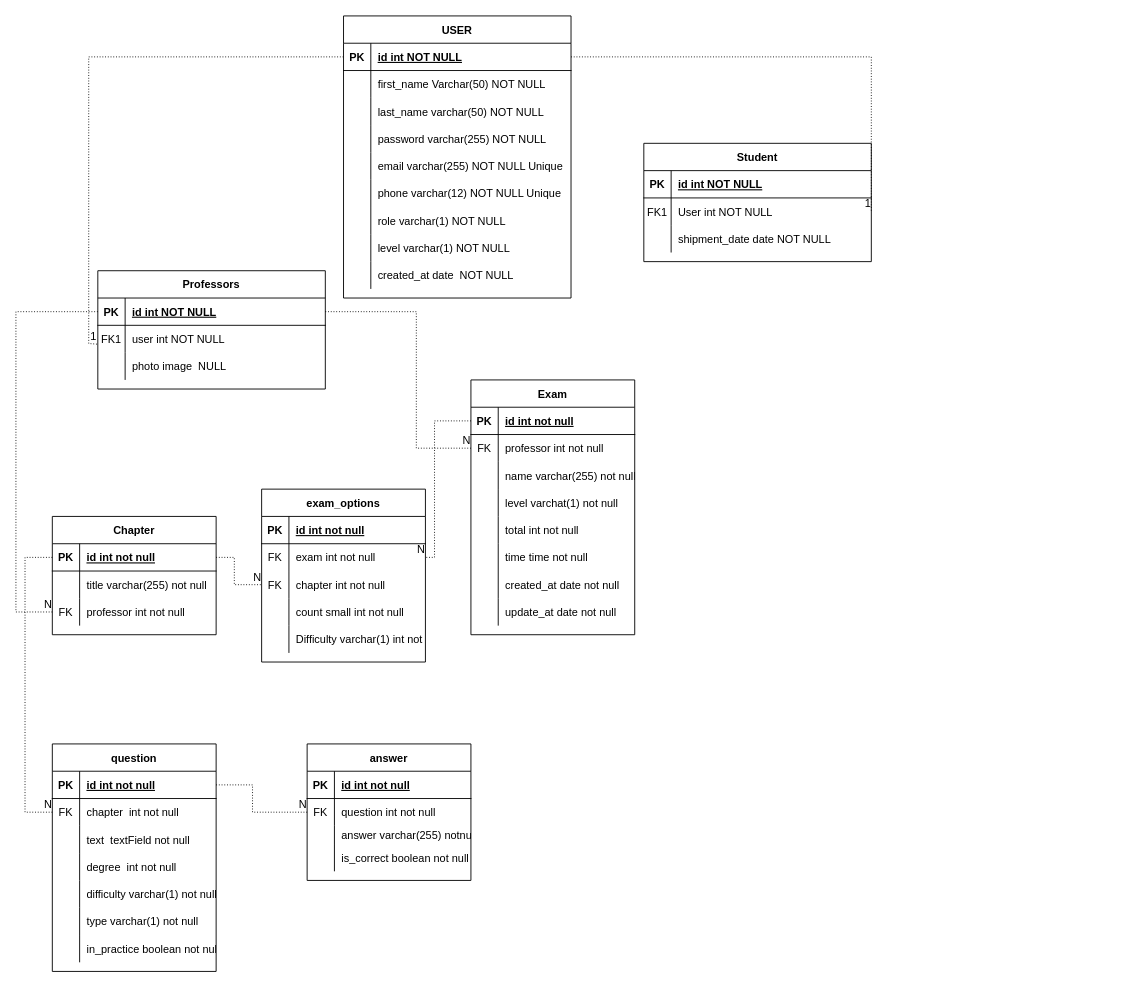
MOHAMEDHESMAM8/E-EXAM keeps this draw.io diagram as Documents/Untitled Diagram.drawio. Above is the earlier version. Source tidied: cells renumbered, new cells numbered last; positions are measured from the earlier drawing's top-left corner, leaving out a move shared by most shapes. Both pictures are drawn from the tidied source at 91%, with x=0, y=0 at pixel (15, 15).
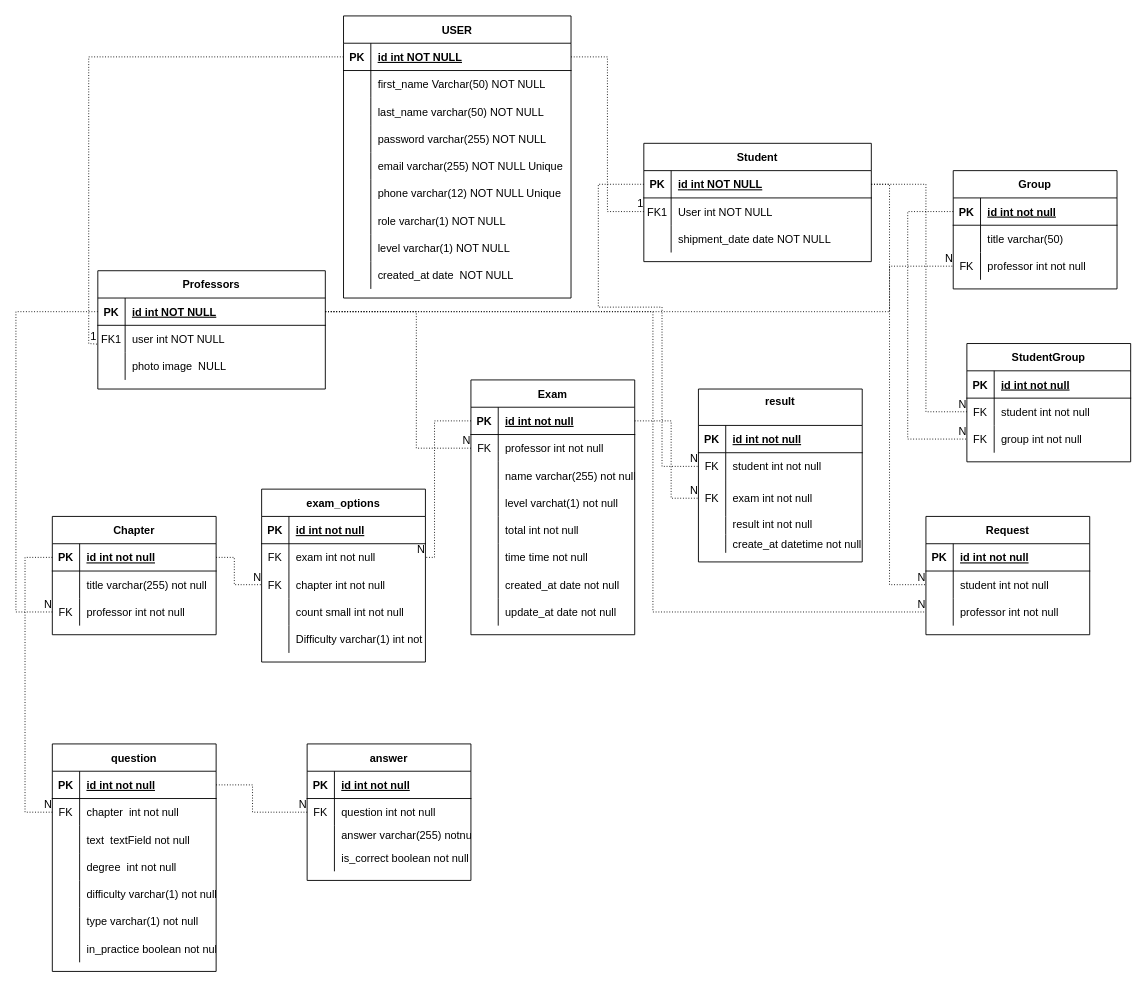
The same diagram, later.

Commit message:
student erd

Unchanged cells that the change refers to:
```xml
<mxCell id="3" style="shape=partialRectangle;fillColor=none;points=[[0,0.5],[1,0.5]];portConstraint=eastwest;top=0;left=0;right=0;bottom=1;" parent="2" vertex="1">
  <mxGeometry y="30" width="250" height="30" as="geometry" />
</mxCell>
<mxCell id="13" style="shape=partialRectangle;fillColor=none;points=[[0,0.5],[1,0.5]];portConstraint=eastwest;top=0;left=0;right=0;bottom=1;" parent="12" vertex="1">
  <mxGeometry y="30" width="250" height="30" as="geometry" />
</mxCell>
<mxCell id="16" style="shape=partialRectangle;fillColor=none;points=[[0,0.5],[1,0.5]];portConstraint=eastwest;top=0;left=0;right=0;bottom=0;" parent="12" vertex="1">
  <mxGeometry y="60" width="250" height="30" as="geometry" />
</mxCell>
<mxCell id="23" style="shape=partialRectangle;fillColor=none;points=[[0,0.5],[1,0.5]];portConstraint=eastwest;top=0;left=0;right=0;bottom=1;" parent="22" vertex="1">
  <mxGeometry y="30" width="250" height="30" as="geometry" />
</mxCell>
<mxCell id="55" style="shape=tableRow;horizontal=0;startSize=0;swimlaneHead=0;swimlaneBody=0;fillColor=none;points=[[0,0.5],[1,0.5]];portConstraint=eastwest;top=0;left=0;right=0;bottom=1;fontFamily=Helvetica;fontSize=12;fontColor=default;strokeColor=default;" parent="54" vertex="1">
  <mxGeometry y="30" width="180" height="30" as="geometry" />
</mxCell>
```

Diff of the diagram source:
```diff
@@
-    <mxCell id="52" style="endArrow=none;html=1;rounded=0;dashed=1;dashPattern=1 2;fontFamily=Helvetica;fontSize=12;fontColor=default;exitX=1;exitY=0.5;exitDx=0;exitDy=0;entryX=1;entryY=0.5;entryDx=0;entryDy=0;" parent="1" edge="1" source="23" target="16">
+    <mxCell id="52" style="endArrow=none;html=1;rounded=0;dashed=1;dashPattern=1 2;fontFamily=Helvetica;fontSize=12;fontColor=default;exitX=1;exitY=0.5;exitDx=0;exitDy=0;entryX=0;entryY=0.5;entryDx=0;entryDy=0;" parent="1" edge="1" source="23" target="16">
       <mxGeometry relative="1" as="geometry">
         <Array as="points">
-          <mxPoint x="770" y="45" />
-          <mxPoint x="940" y="45" />
+          <mxPoint x="650" y="45" />
+          <mxPoint x="650" y="215" />
         </Array>
       </mxGeometry>
     </mxCell>
@@
+    <mxCell id="152" value="result&#10;" style="shape=table;startSize=40;childLayout=tableLayout;rowLines=0;fontStyle=1;align=center;" parent="1" vertex="1">
+      <mxGeometry x="750" y="410" width="180" height="190" as="geometry" />
+    </mxCell>
+    <mxCell id="153" style="shape=tableRow;horizontal=0;startSize=0;swimlaneHead=0;swimlaneBody=0;fillColor=none;top=0;left=0;right=0;bottom=1;" parent="152" vertex="1">
+      <mxGeometry y="40" width="180" height="30" as="geometry" />
+    </mxCell>
+    <mxCell id="154" value="PK" style="shape=partialRectangle;fillColor=none;top=0;left=0;bottom=0;right=0;fontStyle=1;overflow=hidden;" parent="153" vertex="1">
+      <mxGeometry width="30" height="30" as="geometry" />
+    </mxCell>
+    <mxCell id="155" value="id int not null" style="shape=partialRectangle;fillColor=none;top=0;left=0;bottom=0;right=0;align=left;spacingLeft=6;fontStyle=5;overflow=hidden;" parent="153" vertex="1">
+      <mxGeometry x="30" width="150" height="30" as="geometry" />
+    </mxCell>
+    <mxCell id="156" style="shape=tableRow;horizontal=0;startSize=0;swimlaneHead=0;swimlaneBody=0;fillColor=none;points=[[0,0.5],[1,0.5]];portConstraint=eastwest;top=0;left=0;right=0;bottom=0;" parent="152" vertex="1">
+      <mxGeometry y="70" width="180" height="30" as="geometry" />
+    </mxCell>
+    <mxCell id="157" value="FK" style="shape=partialRectangle;fillColor=none;top=0;left=0;bottom=0;right=0;overflow=hidden;" parent="156" vertex="1">
+      <mxGeometry width="30" height="30" as="geometry" />
+    </mxCell>
+    <mxCell id="158" value="student int not null" style="shape=partialRectangle;fillColor=none;top=0;left=0;bottom=0;right=0;align=left;spacingLeft=6;overflow=hidden;" parent="156" vertex="1">
+      <mxGeometry x="30" width="150" height="30" as="geometry" />
+    </mxCell>
+    <mxCell id="159" style="shape=tableRow;horizontal=0;startSize=0;swimlaneHead=0;swimlaneBody=0;fillColor=none;points=[[0,0.5],[1,0.5]];portConstraint=eastwest;top=0;left=0;right=0;bottom=0;" parent="152" vertex="1">
+      <mxGeometry y="100" width="180" height="40" as="geometry" />
+    </mxCell>
+    <mxCell id="160" value="FK" style="shape=partialRectangle;fillColor=none;top=0;left=0;bottom=0;right=0;overflow=hidden;" parent="159" vertex="1">
+      <mxGeometry width="30" height="40" as="geometry" />
+    </mxCell>
+    <mxCell id="161" value="exam int not null" style="shape=partialRectangle;fillColor=none;top=0;left=0;bottom=0;right=0;align=left;spacingLeft=6;overflow=hidden;" parent="159" vertex="1">
+      <mxGeometry x="30" width="150" height="40" as="geometry" />
+    </mxCell>
+    <mxCell id="162" style="shape=tableRow;horizontal=0;startSize=0;swimlaneHead=0;swimlaneBody=0;fillColor=none;top=0;left=0;right=0;bottom=0;" parent="152" vertex="1">
+      <mxGeometry y="140" width="180" height="20" as="geometry" />
+    </mxCell>
+    <mxCell id="163" style="shape=partialRectangle;fillColor=none;top=0;left=0;bottom=0;right=0;overflow=hidden;" parent="162" vertex="1">
+      <mxGeometry width="30" height="20" as="geometry" />
+    </mxCell>
+    <mxCell id="164" value="result int not null&#10;" style="shape=partialRectangle;fillColor=none;top=0;left=0;bottom=0;right=0;align=left;spacingLeft=6;overflow=hidden;" parent="162" vertex="1">
+      <mxGeometry x="30" width="150" height="20" as="geometry" />
+    </mxCell>
+    <mxCell id="165" style="shape=tableRow;horizontal=0;startSize=0;swimlaneHead=0;swimlaneBody=0;fillColor=none;top=0;left=0;right=0;bottom=0;" parent="152" vertex="1">
+      <mxGeometry y="160" width="180" height="20" as="geometry" />
+    </mxCell>
+    <mxCell id="166" style="shape=partialRectangle;fillColor=none;top=0;left=0;bottom=0;right=0;overflow=hidden;" parent="165" vertex="1">
+      <mxGeometry width="30" height="20" as="geometry" />
+    </mxCell>
+    <mxCell id="167" value="create_at datetime not null" style="shape=partialRectangle;fillColor=none;top=0;left=0;bottom=0;right=0;align=left;spacingLeft=6;overflow=hidden;" parent="165" vertex="1">
+      <mxGeometry x="30" width="150" height="20" as="geometry" />
+    </mxCell>
+    <mxCell id="168" style="endArrow=none;html=1;rounded=0;dashed=1;dashPattern=1 2;entryX=0;entryY=0.5;entryDx=0;entryDy=0;exitX=1;exitY=0.5;exitDx=0;exitDy=0;" parent="1" edge="1" source="55" target="159">
+      <mxGeometry relative="1" as="geometry">
+        <Array as="points">
+          <mxPoint x="720" y="445" />
+          <mxPoint x="720" y="530" />
+        </Array>
+      </mxGeometry>
+    </mxCell>
+    <mxCell id="169" value="N" style="html=1;align=right;verticalAlign=bottom;" parent="168" vertex="1">
+      <mxGeometry x="1" relative="1" as="geometry" />
+    </mxCell>
+    <mxCell id="170" style="endArrow=none;html=1;rounded=0;dashed=1;dashPattern=1 2;entryX=0;entryY=0.5;entryDx=0;entryDy=0;exitX=0;exitY=0.5;exitDx=0;exitDy=0;" parent="1" edge="1" source="13" target="156">
+      <mxGeometry relative="1" as="geometry">
+        <Array as="points">
+          <mxPoint x="640" y="185" />
+          <mxPoint x="640" y="320" />
+          <mxPoint x="710" y="320" />
+          <mxPoint x="710" y="495" />
+        </Array>
+      </mxGeometry>
+    </mxCell>
+    <mxCell id="171" value="N" style="html=1;align=right;verticalAlign=bottom;" parent="170" vertex="1">
+      <mxGeometry x="1" relative="1" as="geometry" />
+    </mxCell>
+    <mxCell id="172" value="Group" style="shape=table;startSize=30;childLayout=tableLayout;rowLines=0;fontStyle=1;align=center;" parent="1" vertex="1">
+      <mxGeometry x="1030" y="170" width="180" height="130" as="geometry" />
+    </mxCell>
+    <mxCell id="173" style="shape=tableRow;horizontal=0;startSize=0;swimlaneHead=0;swimlaneBody=0;fillColor=none;points=[[0,0.5],[1,0.5]];portConstraint=eastwest;top=0;left=0;right=0;bottom=1;" parent="172" vertex="1">
+      <mxGeometry y="30" width="180" height="30" as="geometry" />
+    </mxCell>
+    <mxCell id="174" value="PK" style="shape=partialRectangle;fillColor=none;top=0;left=0;bottom=0;right=0;fontStyle=1;overflow=hidden;" parent="173" vertex="1">
+      <mxGeometry width="30" height="30" as="geometry" />
+    </mxCell>
+    <mxCell id="175" value="id int not null" style="shape=partialRectangle;fillColor=none;top=0;left=0;bottom=0;right=0;align=left;spacingLeft=6;fontStyle=5;overflow=hidden;" parent="173" vertex="1">
+      <mxGeometry x="30" width="150" height="30" as="geometry" />
+    </mxCell>
+    <mxCell id="176" style="shape=tableRow;horizontal=0;startSize=0;swimlaneHead=0;swimlaneBody=0;fillColor=none;top=0;left=0;right=0;bottom=0;" parent="172" vertex="1">
+      <mxGeometry y="60" width="180" height="30" as="geometry" />
+    </mxCell>
+    <mxCell id="177" style="shape=partialRectangle;fillColor=none;top=0;left=0;bottom=0;right=0;overflow=hidden;" parent="176" vertex="1">
+      <mxGeometry width="30" height="30" as="geometry" />
+    </mxCell>
+    <mxCell id="178" value="title varchar(50)" style="shape=partialRectangle;fillColor=none;top=0;left=0;bottom=0;right=0;align=left;spacingLeft=6;overflow=hidden;" parent="176" vertex="1">
+      <mxGeometry x="30" width="150" height="30" as="geometry" />
+    </mxCell>
+    <mxCell id="179" style="shape=tableRow;horizontal=0;startSize=0;swimlaneHead=0;swimlaneBody=0;fillColor=none;points=[[0,0.5],[1,0.5]];portConstraint=eastwest;top=0;left=0;right=0;bottom=0;" parent="172" vertex="1">
+      <mxGeometry y="90" width="180" height="30" as="geometry" />
+    </mxCell>
+    <mxCell id="180" value="FK" style="shape=partialRectangle;fillColor=none;top=0;left=0;bottom=0;right=0;overflow=hidden;" parent="179" vertex="1">
+      <mxGeometry width="30" height="30" as="geometry" />
+    </mxCell>
+    <mxCell id="181" value="professor int not null" style="shape=partialRectangle;fillColor=none;top=0;left=0;bottom=0;right=0;align=left;spacingLeft=6;overflow=hidden;" parent="179" vertex="1">
+      <mxGeometry x="30" width="150" height="30" as="geometry" />
+    </mxCell>
+    <mxCell id="182" value="StudentGroup" style="shape=table;startSize=30;childLayout=tableLayout;rowLines=0;fontStyle=1;align=center;" parent="1" vertex="1">
+      <mxGeometry x="1045" y="360" width="180" height="130" as="geometry" />
+    </mxCell>
+    <mxCell id="183" style="shape=tableRow;horizontal=0;startSize=0;swimlaneHead=0;swimlaneBody=0;fillColor=none;top=0;left=0;right=0;bottom=1;" parent="182" vertex="1">
+      <mxGeometry y="30" width="180" height="30" as="geometry" />
+    </mxCell>
+    <mxCell id="184" value="PK" style="shape=partialRectangle;fillColor=none;top=0;left=0;bottom=0;right=0;fontStyle=1;overflow=hidden;" parent="183" vertex="1">
+      <mxGeometry width="30" height="30" as="geometry" />
+    </mxCell>
+    <mxCell id="185" value="id int not null" style="shape=partialRectangle;fillColor=none;top=0;left=0;bottom=0;right=0;align=left;spacingLeft=6;fontStyle=5;overflow=hidden;" parent="183" vertex="1">
+      <mxGeometry x="30" width="150" height="30" as="geometry" />
+    </mxCell>
+    <mxCell id="186" style="shape=tableRow;horizontal=0;startSize=0;swimlaneHead=0;swimlaneBody=0;fillColor=none;points=[[0,0.5],[1,0.5]];portConstraint=eastwest;top=0;left=0;right=0;bottom=0;" parent="182" vertex="1">
+      <mxGeometry y="60" width="180" height="30" as="geometry" />
+    </mxCell>
+    <mxCell id="187" value="FK" style="shape=partialRectangle;fillColor=none;top=0;left=0;bottom=0;right=0;overflow=hidden;" parent="186" vertex="1">
+      <mxGeometry width="30" height="30" as="geometry" />
+    </mxCell>
+    <mxCell id="188" value="student int not null" style="shape=partialRectangle;fillColor=none;top=0;left=0;bottom=0;right=0;align=left;spacingLeft=6;overflow=hidden;" parent="186" vertex="1">
+      <mxGeometry x="30" width="150" height="30" as="geometry" />
+    </mxCell>
+    <mxCell id="189" style="shape=tableRow;horizontal=0;startSize=0;swimlaneHead=0;swimlaneBody=0;fillColor=none;points=[[0,0.5],[1,0.5]];portConstraint=eastwest;top=0;left=0;right=0;bottom=0;" parent="182" vertex="1">
+      <mxGeometry y="90" width="180" height="30" as="geometry" />
+    </mxCell>
+    <mxCell id="190" value="FK" style="shape=partialRectangle;fillColor=none;top=0;left=0;bottom=0;right=0;overflow=hidden;" parent="189" vertex="1">
+      <mxGeometry width="30" height="30" as="geometry" />
+    </mxCell>
+    <mxCell id="191" value="group int not null" style="shape=partialRectangle;fillColor=none;top=0;left=0;bottom=0;right=0;align=left;spacingLeft=6;overflow=hidden;" parent="189" vertex="1">
+      <mxGeometry x="30" width="150" height="30" as="geometry" />
+    </mxCell>
+    <mxCell id="192" style="endArrow=none;html=1;rounded=0;dashed=1;dashPattern=1 2;exitX=0;exitY=0.5;exitDx=0;exitDy=0;entryX=0;entryY=0.5;entryDx=0;entryDy=0;" parent="1" edge="1" source="173" target="189">
+      <mxGeometry relative="1" as="geometry">
+        <Array as="points">
+          <mxPoint x="980" y="215" />
+          <mxPoint x="980" y="465" />
+        </Array>
+      </mxGeometry>
+    </mxCell>
+    <mxCell id="193" value="N" style="html=1;align=right;verticalAlign=bottom;" parent="192" vertex="1">
+      <mxGeometry x="1" relative="1" as="geometry" />
+    </mxCell>
+    <mxCell id="194" style="endArrow=none;html=1;rounded=0;dashed=1;dashPattern=1 2;entryX=0;entryY=0.5;entryDx=0;entryDy=0;exitX=1;exitY=0.5;exitDx=0;exitDy=0;" parent="1" edge="1" source="13" target="186">
+      <mxGeometry relative="1" as="geometry">
+        <Array as="points">
+          <mxPoint x="1000" y="185" />
+          <mxPoint x="1000" y="435" />
+        </Array>
+      </mxGeometry>
+    </mxCell>
+    <mxCell id="195" value="N" style="html=1;align=right;verticalAlign=bottom;" parent="194" vertex="1">
+      <mxGeometry x="1" relative="1" as="geometry" />
+    </mxCell>
+    <mxCell id="196" style="endArrow=none;html=1;rounded=0;dashed=1;dashPattern=1 2;entryX=0;entryY=0.5;entryDx=0;entryDy=0;exitX=1;exitY=0.5;exitDx=0;exitDy=0;" parent="1" edge="1" source="3" target="179">
+      <mxGeometry relative="1" as="geometry">
+        <Array as="points">
+          <mxPoint x="960" y="325" />
+          <mxPoint x="960" y="275" />
+        </Array>
+      </mxGeometry>
+    </mxCell>
+    <mxCell id="197" value="N" style="html=1;align=right;verticalAlign=bottom;" parent="196" vertex="1">
+      <mxGeometry x="1" relative="1" as="geometry" />
+    </mxCell>
+    <mxCell id="198" value="Request" style="shape=table;startSize=30;childLayout=tableLayout;rowLines=0;fontStyle=1;align=center;" parent="1" vertex="1">
+      <mxGeometry x="1000" y="550" width="180" height="130" as="geometry" />
+    </mxCell>
+    <mxCell id="199" style="shape=tableRow;horizontal=0;startSize=0;swimlaneHead=0;swimlaneBody=0;fillColor=none;top=0;left=0;right=0;bottom=1;" parent="198" vertex="1">
+      <mxGeometry y="30" width="180" height="30" as="geometry" />
+    </mxCell>
+    <mxCell id="200" value="PK" style="shape=partialRectangle;fillColor=none;top=0;left=0;bottom=0;right=0;fontStyle=1;overflow=hidden;" parent="199" vertex="1">
+      <mxGeometry width="30" height="30" as="geometry" />
+    </mxCell>
+    <mxCell id="201" value="id int not null" style="shape=partialRectangle;fillColor=none;top=0;left=0;bottom=0;right=0;align=left;spacingLeft=6;fontStyle=5;overflow=hidden;" parent="199" vertex="1">
+      <mxGeometry x="30" width="150" height="30" as="geometry" />
+    </mxCell>
+    <mxCell id="202" style="shape=tableRow;horizontal=0;startSize=0;swimlaneHead=0;swimlaneBody=0;fillColor=none;points=[[0,0.5],[1,0.5]];portConstraint=eastwest;top=0;left=0;right=0;bottom=0;" parent="198" vertex="1">
+      <mxGeometry y="60" width="180" height="30" as="geometry" />
+    </mxCell>
+    <mxCell id="203" style="shape=partialRectangle;fillColor=none;top=0;left=0;bottom=0;right=0;overflow=hidden;" parent="202" vertex="1">
+      <mxGeometry width="30" height="30" as="geometry" />
+    </mxCell>
+    <mxCell id="204" value="student int not null" style="shape=partialRectangle;fillColor=none;top=0;left=0;bottom=0;right=0;align=left;spacingLeft=6;overflow=hidden;" parent="202" vertex="1">
+      <mxGeometry x="30" width="150" height="30" as="geometry" />
+    </mxCell>
+    <mxCell id="205" style="shape=tableRow;horizontal=0;startSize=0;swimlaneHead=0;swimlaneBody=0;fillColor=none;points=[[0,0.5],[1,0.5]];portConstraint=eastwest;top=0;left=0;right=0;bottom=0;" parent="198" vertex="1">
+      <mxGeometry y="90" width="180" height="30" as="geometry" />
+    </mxCell>
+    <mxCell id="206" style="shape=partialRectangle;fillColor=none;top=0;left=0;bottom=0;right=0;overflow=hidden;" parent="205" vertex="1">
+      <mxGeometry width="30" height="30" as="geometry" />
+    </mxCell>
+    <mxCell id="207" value="professor int not null" style="shape=partialRectangle;fillColor=none;top=0;left=0;bottom=0;right=0;align=left;spacingLeft=6;overflow=hidden;" parent="205" vertex="1">
+      <mxGeometry x="30" width="150" height="30" as="geometry" />
+    </mxCell>
+    <mxCell id="208" style="endArrow=none;html=1;rounded=0;dashed=1;dashPattern=1 2;entryX=0;entryY=0.5;entryDx=0;entryDy=0;exitX=1;exitY=0.5;exitDx=0;exitDy=0;" parent="1" edge="1" source="13" target="202">
+      <mxGeometry relative="1" as="geometry">
+        <Array as="points">
+          <mxPoint x="960" y="185" />
+          <mxPoint x="960" y="625" />
+        </Array>
+      </mxGeometry>
+    </mxCell>
+    <mxCell id="209" value="N" style="html=1;align=right;verticalAlign=bottom;" parent="208" vertex="1">
+      <mxGeometry x="1" relative="1" as="geometry" />
+    </mxCell>
+    <mxCell id="210" style="endArrow=none;html=1;rounded=0;dashed=1;dashPattern=1 2;entryX=0;entryY=0.5;entryDx=0;entryDy=0;exitX=1;exitY=0.5;exitDx=0;exitDy=0;" parent="1" edge="1" source="3" target="205">
+      <mxGeometry relative="1" as="geometry">
+        <Array as="points">
+          <mxPoint x="700" y="325" />
+          <mxPoint x="700" y="655" />
+        </Array>
+      </mxGeometry>
+    </mxCell>
+    <mxCell id="211" value="N" style="html=1;align=right;verticalAlign=bottom;" parent="210" vertex="1">
+      <mxGeometry x="1" relative="1" as="geometry" />
+    </mxCell>
```
